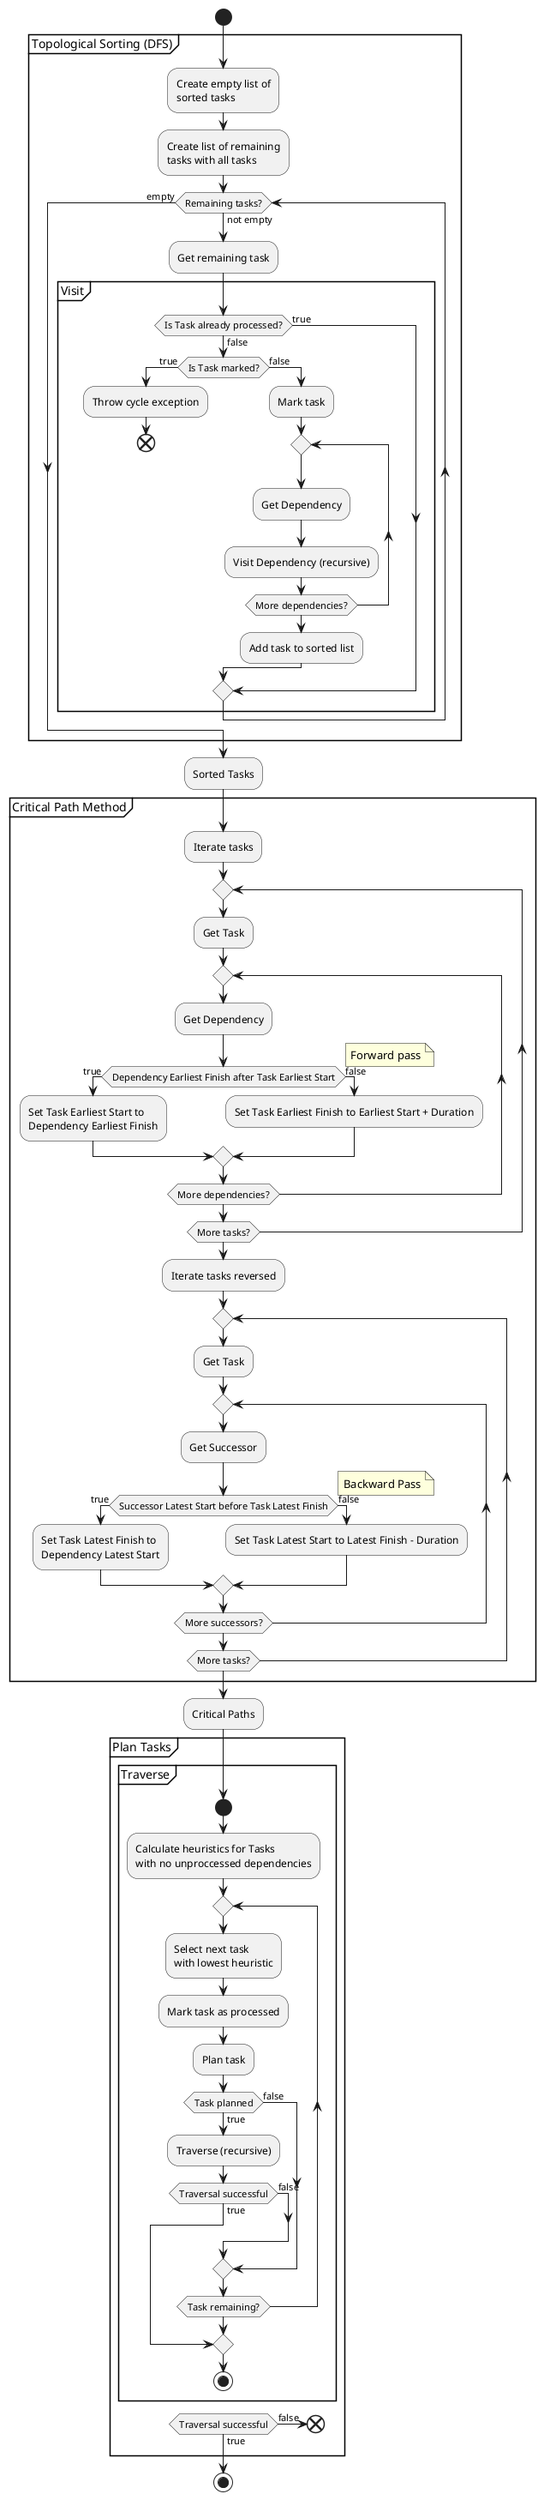
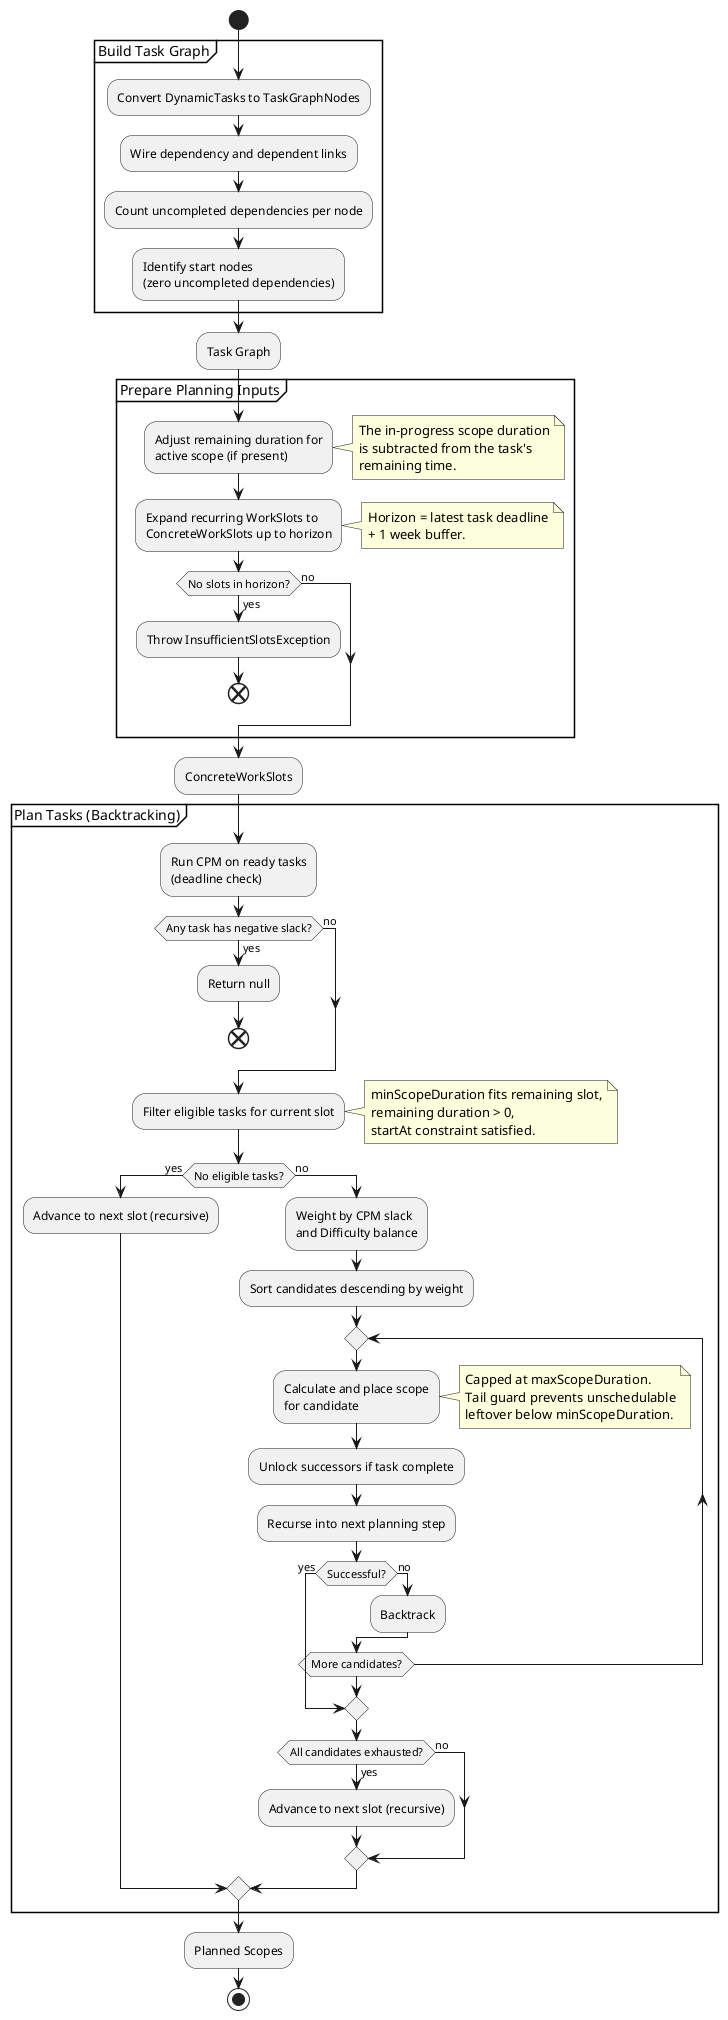
@startuml
start

- partition Topological Sorting (DFS) {
-   :Create empty list of
-   sorted tasks;
-   :Create list of remaining
-   tasks with all tasks;
-   while (Remaining tasks?) is (not empty)
-     :Get remaining task;
- 
-     partition Visit {
-       if (Is Task already processed?) is (true) then
-       else (false)
-         if (Is Task marked?) is (true) then
-           :Throw cycle exception;
-           end
-         else  (false)
-           :Mark task;
-           repeat
-             :Get Dependency;
-             :Visit Dependency (recursive);
-           repeat while (More dependencies?)
-           :Add task to sorted list;
-         endif
-       endif
-     }
-   endwhile (empty)
+ partition "Build Task Graph" {
+   :Convert DynamicTasks to TaskGraphNodes;
+   :Wire dependency and dependent links;
+   :Count uncompleted dependencies per node;
+   :Identify start nodes
+   (zero uncompleted dependencies);
}

- :Sorted Tasks; <<object>>
+ :Task Graph; <<object>>

- partition Critical Path Method {
-   :Iterate tasks;
-   repeat
-     :Get Task;
-     repeat
-       :Get Dependency;
-       if (Dependency Earliest Finish after Task Earliest Start) is (true) then
-         :Set Task Earliest Start to
-         Dependency Earliest Finish;
-       else (false)
-       :Set Task Earliest Finish to Earliest Start + Duration;
-       endif
-     repeat while (More dependencies?)
-   repeat while (More tasks?)
+ partition "Prepare Planning Inputs" {
+   :Adjust remaining duration for
+   active scope (if present);
  note right
-     Forward pass
+     The in-progress scope duration
+     is subtracted from the task's
+     remaining time.
  end note
- 
-   :Iterate tasks reversed;
-   repeat
-     :Get Task;
-     repeat
-       :Get Successor;
-       if (Successor Latest Start before Task Latest Finish) is (true) then
-         :Set Task Latest Finish to
-         Dependency Latest Start;
-       else (false)
-       :Set Task Latest Start to Latest Finish - Duration;
-       endif
-     repeat while (More successors?)
-   repeat while (More tasks?)
+   :Expand recurring WorkSlots to
+   ConcreteWorkSlots up to horizon;
  note right
-     Backward Pass
+     Horizon = latest task deadline
+     + 1 week buffer.
  end note
- }
- 
- :Critical Paths; <<object>>
- 
- partition Plan Tasks {
-   partition Traverse {
-     start
-     :Calculate heuristics for Tasks
-     with no unproccessed dependencies;
-     repeat
-       :Select next task
-       with lowest heuristic;
-       :Mark task as processed;
-       :Plan task;
-       if (Task planned) is (true) then
-         :Traverse (recursive);
-         if (Traversal successful) is (true) then
-           break
-         else (false)
-         endif
-       else (false)
-       endif
-     repeat while (Task remaining?)
-     stop
-   }
-   if (Traversal successful) is (true) then
-   else (false)
+   if (No slots in horizon?) then (yes)
+     :Throw InsufficientSlotsException;
    end
+   else (no)
  endif
}

+ :ConcreteWorkSlots; <<object>>
+ 
+ partition "Plan Tasks (Backtracking)" {
+   :Run CPM on ready tasks\n(deadline check);
+   if (Any task has negative slack?) then (yes)
+     :Return null;
+     end
+   else (no)
+   endif
+   :Filter eligible tasks for current slot;
+   note right
+     minScopeDuration fits remaining slot,
+     remaining duration > 0,
+     startAt constraint satisfied.
+   end note
+   if (No eligible tasks?) then (yes)
+     :Advance to next slot (recursive);
+   else (no)
+     :Weight by CPM slack
+     and Difficulty balance;
+     :Sort candidates descending by weight;
+     repeat
+       :Calculate and place scope
+       for candidate;
+       note right
+         Capped at maxScopeDuration.
+         Tail guard prevents unschedulable
+         leftover below minScopeDuration.
+       end note
+       :Unlock successors if task complete;
+       :Recurse into next planning step;
+       if (Successful?) then (yes)
+         break
+       else (no)
+         :Backtrack;
+       endif
+     repeat while (More candidates?)
+     if (All candidates exhausted?) then (yes)
+       :Advance to next slot (recursive);
+     else (no)
+     endif
+   endif
+ }
+ 
+ :Planned Scopes; <<object>>
+ 
stop
@enduml
